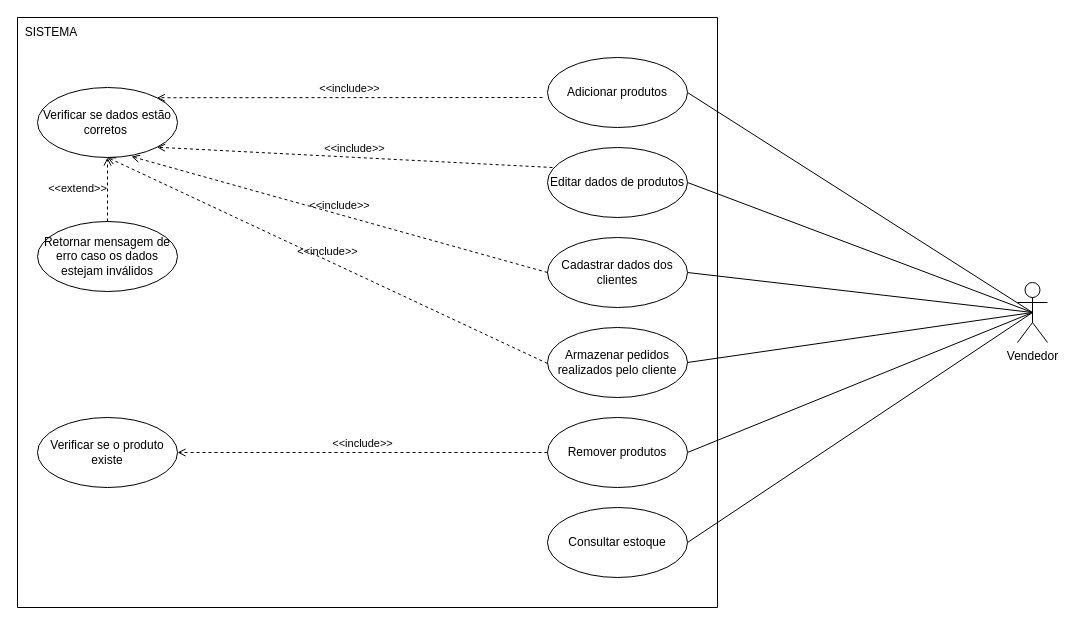
guifrazao/PROJETO_ESW1 keeps this draw.io diagram as CASOS_DE_USO/diagrama_casos_de_uso.drawio. Above is the earlier version. Source tidied: cells renumbered, new cells numbered last; positions are measured from the earlier drawing's top-left corner, leaving out a move shared by most shapes. Both pictures are drawn from the tidied source at 100%, with x=0, y=0 at pixel (17, 17).
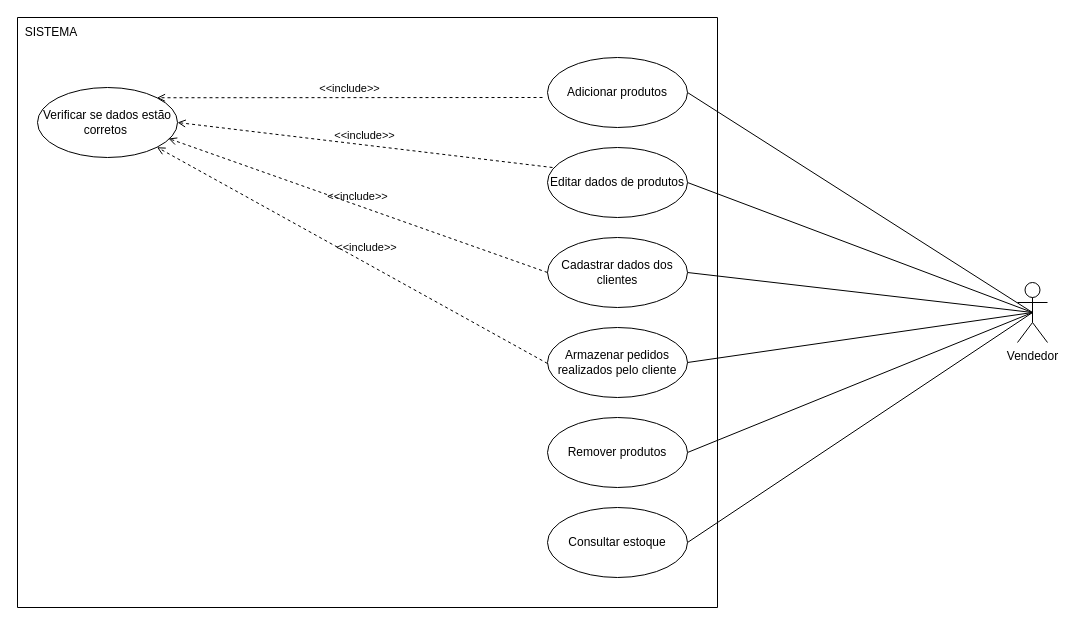
After the change.

Unchanged cells that the change refers to:
```xml
<mxCell id="8" style="swimlane;startSize=0;" parent="1" vertex="1">
  <mxGeometry width="700" height="590" as="geometry" />
</mxCell>
<mxCell id="12" value="Verificar se dados estão corretos&amp;nbsp;" style="ellipse;whiteSpace=wrap;html=1;" parent="8" vertex="1">
  <mxGeometry x="20" y="70" width="140" height="70" as="geometry" />
</mxCell>
<mxCell id="13" value="Remover produtos" style="ellipse;whiteSpace=wrap;html=1;" parent="8" vertex="1">
  <mxGeometry x="530" y="400" width="140" height="70" as="geometry" />
</mxCell>
<mxCell id="19" value="Cadastrar dados dos clientes" style="ellipse;whiteSpace=wrap;html=1;" parent="8" vertex="1">
  <mxGeometry x="530" y="220" width="140" height="70" as="geometry" />
</mxCell>
```

What changed in the source:
```diff
@@
-    <mxCell id="16" value="&amp;lt;&amp;lt;include&amp;gt;&amp;gt;" style="html=1;verticalAlign=bottom;labelBackgroundColor=none;endArrow=open;endFill=0;dashed=1;rounded=0;entryX=1;entryY=1;entryDx=0;entryDy=0;" parent="8" edge="1" target="12">
+    <mxCell id="16" value="&amp;lt;&amp;lt;include&amp;gt;&amp;gt;" style="html=1;verticalAlign=bottom;labelBackgroundColor=none;endArrow=open;endFill=0;dashed=1;rounded=0;entryX=1;entryY=0.5;entryDx=0;entryDy=0;" parent="8" edge="1" target="12">
       <mxGeometry relative="1" as="geometry">
         <mxPoint x="535" y="150" as="sourcePoint" />
       </mxGeometry>
     </mxCell>
-    <mxCell id="17" value="Verificar se o produto existe" style="ellipse;whiteSpace=wrap;html=1;" parent="8" vertex="1">
-      <mxGeometry x="20" y="400" width="140" height="70" as="geometry" />
-    </mxCell>
-    <mxCell id="18" value="&amp;lt;&amp;lt;include&amp;gt;&amp;gt;" style="html=1;verticalAlign=bottom;labelBackgroundColor=none;endArrow=open;endFill=0;dashed=1;rounded=0;entryX=1;entryY=0.5;entryDx=0;entryDy=0;exitX=0;exitY=0.5;exitDx=0;exitDy=0;" parent="8" edge="1" source="13" target="17">
-      <mxGeometry relative="1" as="geometry" />
-    </mxCell>
@@
-    <mxCell id="20" value="&amp;lt;&amp;lt;include&amp;gt;&amp;gt;" style="html=1;verticalAlign=bottom;labelBackgroundColor=none;endArrow=open;endFill=0;dashed=1;rounded=0;entryX=0.671;entryY=0.986;entryDx=0;entryDy=0;entryPerimeter=0;exitX=0;exitY=0.5;exitDx=0;exitDy=0;" parent="8" edge="1" source="19" target="12">
+    <mxCell id="20" value="&amp;lt;&amp;lt;include&amp;gt;&amp;gt;" style="html=1;verticalAlign=bottom;labelBackgroundColor=none;endArrow=open;endFill=0;dashed=1;rounded=0;entryX=0.936;entryY=0.729;entryDx=0;entryDy=0;entryPerimeter=0;exitX=0;exitY=0.5;exitDx=0;exitDy=0;" parent="8" edge="1" source="19" target="12">
       <mxGeometry relative="1" as="geometry" />
     </mxCell>
@@
-    <mxCell id="23" value="&amp;lt;&amp;lt;include&amp;gt;&amp;gt;" style="html=1;verticalAlign=bottom;labelBackgroundColor=none;endArrow=open;endFill=0;dashed=1;rounded=0;entryX=0.5;entryY=1;entryDx=0;entryDy=0;exitX=0;exitY=0.5;exitDx=0;exitDy=0;" parent="8" edge="1" target="12">
-      <mxGeometry relative="1" as="geometry">
+    <mxCell id="23" value="&amp;lt;&amp;lt;include&amp;gt;&amp;gt;" style="html=1;verticalAlign=bottom;labelBackgroundColor=none;endArrow=open;endFill=0;dashed=1;rounded=0;exitX=0;exitY=0.5;exitDx=0;exitDy=0;entryX=1;entryY=1;entryDx=0;entryDy=0;" parent="8" edge="1" target="12">
+      <mxGeometry x="-0.06" y="-6" relative="1" as="geometry">
         <mxPoint x="530" y="346" as="sourcePoint" />
       </mxGeometry>
     </mxCell>
-    <mxCell id="24" value="&lt;font style=&quot;font-size: 12px;&quot;&gt;Retornar mensagem de erro caso os dados estejam inválidos&lt;/font&gt;" style="ellipse;whiteSpace=wrap;html=1;" parent="8" vertex="1">
-      <mxGeometry x="20" y="204" width="140" height="70" as="geometry" />
-    </mxCell>
-    <mxCell id="25" value="&amp;lt;&amp;lt;extend&amp;gt;&amp;gt;" style="html=1;verticalAlign=bottom;labelBackgroundColor=none;endArrow=open;endFill=0;dashed=1;rounded=0;entryX=0.5;entryY=1;entryDx=0;entryDy=0;exitX=0.5;exitY=0;exitDx=0;exitDy=0;" parent="8" edge="1" source="24" target="12">
-      <mxGeometry x="-0.25" y="30" relative="1" as="geometry" />
-    </mxCell>
```
